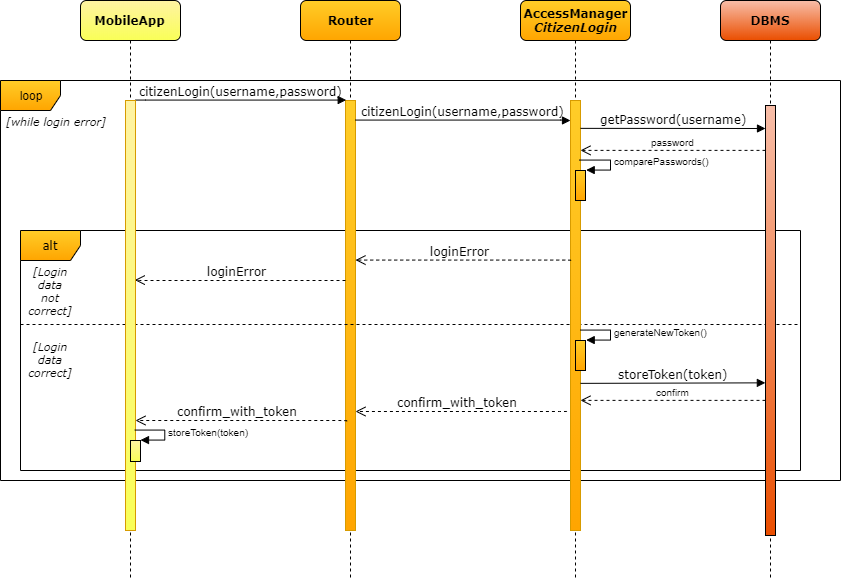
Before: DD/img/ArchSequenceUserLogin.png, a diagram exported from draw.io (SimoneSartoni/SoftwareEngineering2). Source tidied: cells renumbered, new cells last; positions are measured from the earlier drawing's top-left corner, leaving out a move shared by most shapes. Source of this version:
```xml
<mxGraphModel background="#ffffff">
  <root>
    <mxCell id="0" />
    <mxCell id="1" parent="0" />
    <mxCell id="2" value="loop" style="shape=umlFrame;whiteSpace=wrap;html=1;labelBackgroundColor=none;strokeColor=#000000;gradientColor=#ffa500;fillColor=#ffcd28;" parent="1" vertex="1">
      <mxGeometry y="80" width="840" height="400" as="geometry" />
    </mxCell>
    <mxCell id="3" value="alt" style="shape=umlFrame;whiteSpace=wrap;html=1;shadow=0;labelBackgroundColor=none;strokeColor=#000000;fontFamily=Verdana;fontSize=12;gradientColor=#ffa500;fillColor=#ffcd28;" parent="1" vertex="1">
      <mxGeometry x="20" y="230" width="780" height="240" as="geometry" />
    </mxCell>
    <mxCell id="4" value="Router" style="shape=umlLifeline;perimeter=lifelinePerimeter;whiteSpace=wrap;html=1;rounded=1;shadow=0;comic=0;labelBackgroundColor=none;strokeColor=#000000;strokeWidth=1;fillColor=#ffcd28;fontFamily=Verdana;fontSize=12;align=center;gradientColor=#ffa500;fontStyle=1;" parent="1" vertex="1">
      <mxGeometry x="300" width="100" height="580" as="geometry" />
    </mxCell>
    <mxCell id="5" style="html=1;points=[];perimeter=orthogonalPerimeter;rounded=0;shadow=0;comic=0;labelBackgroundColor=none;strokeColor=#d79b00;strokeWidth=1;fillColor=#ffcd28;fontFamily=Verdana;fontSize=12;align=center;gradientColor=#ffa500;" parent="4" vertex="1">
      <mxGeometry x="45" y="100" width="10" height="430" as="geometry" />
    </mxCell>
    <mxCell id="6" value="loginError" style="html=1;verticalAlign=bottom;endArrow=open;dashed=1;endSize=8;labelBackgroundColor=none;fontFamily=Verdana;fontSize=12;edgeStyle=elbowEdgeStyle;elbow=vertical;entryX=0.914;entryY=0.418;entryDx=0;entryDy=0;entryPerimeter=0;" parent="1" edge="1" source="5" target="14">
      <mxGeometry x="0.03" relative="1" as="geometry">
        <Array as="points">
          <mxPoint x="235" y="280" />
        </Array>
      </mxGeometry>
    </mxCell>
    <mxCell id="7" value="citizenLogin(username,password)" style="html=1;verticalAlign=bottom;endArrow=block;entryX=0;entryY=0;labelBackgroundColor=none;fontFamily=Verdana;fontSize=12;edgeStyle=elbowEdgeStyle;elbow=vertical;" parent="1" edge="1" target="5">
      <mxGeometry relative="1" as="geometry">
        <mxPoint x="135" y="100" as="sourcePoint" />
      </mxGeometry>
    </mxCell>
    <mxCell id="8" style="line;strokeWidth=1;fillColor=none;align=left;verticalAlign=middle;spacingTop=-1;spacingLeft=3;spacingRight=3;labelPosition=right;shadow=0;labelBackgroundColor=none;fontFamily=Verdana;fontSize=12;dashed=1;" parent="1" vertex="1">
      <mxGeometry x="20" y="320" width="780" height="8" as="geometry" />
    </mxCell>
    <mxCell id="9" value="[Login data not correct]" style="text;html=1;strokeColor=none;fillColor=none;align=center;verticalAlign=middle;whiteSpace=wrap;rounded=0;shadow=0;dashed=1;dashPattern=1 4;labelBackgroundColor=none;fontFamily=Verdana;fontSize=11;fontStyle=2;" parent="1" vertex="1">
      <mxGeometry x="30" y="280" width="40" height="20" as="geometry" />
    </mxCell>
    <mxCell id="10" value="[Login data correct]" style="text;html=1;strokeColor=none;fillColor=none;align=center;verticalAlign=middle;whiteSpace=wrap;rounded=0;shadow=0;dashed=1;dashPattern=1 4;labelBackgroundColor=none;fontFamily=Verdana;fontSize=11;fontStyle=2;" parent="1" vertex="1">
      <mxGeometry x="30" y="348" width="40" height="20" as="geometry" />
    </mxCell>
    <mxCell id="11" value="confirm_with_token" style="html=1;verticalAlign=bottom;endArrow=open;dashed=1;endSize=8;labelBackgroundColor=none;fontFamily=Verdana;fontSize=12;edgeStyle=elbowEdgeStyle;elbow=vertical;exitX=0.1;exitY=0.305;exitDx=0;exitDy=0;exitPerimeter=0;" parent="1" edge="1" target="14">
      <mxGeometry x="0.03" relative="1" as="geometry">
        <mxPoint x="346.3" y="420.8" as="sourcePoint" />
        <Array as="points">
          <mxPoint x="360" y="420" />
        </Array>
      </mxGeometry>
    </mxCell>
    <mxCell id="12" value="[while login error]" style="text;html=1;strokeColor=none;fillColor=none;align=center;verticalAlign=middle;whiteSpace=wrap;rounded=0;shadow=0;dashed=1;dashPattern=1 4;labelBackgroundColor=none;fontFamily=Verdana;fontSize=11;fontStyle=2;" parent="1" vertex="1">
      <mxGeometry y="110" width="110" height="20" as="geometry" />
    </mxCell>
    <mxCell id="13" value="MobileApp" style="shape=umlLifeline;perimeter=lifelinePerimeter;whiteSpace=wrap;html=1;rounded=1;shadow=0;comic=0;labelBackgroundColor=none;strokeColor=#000000;strokeWidth=1;fillColor=#FFF3A3;fontFamily=Verdana;fontSize=12;align=center;gradientColor=#F9FF57;fontStyle=1;" parent="1" vertex="1">
      <mxGeometry x="80" width="100" height="580" as="geometry" />
    </mxCell>
    <mxCell id="14" style="html=1;points=[];perimeter=orthogonalPerimeter;rounded=0;shadow=0;comic=0;labelBackgroundColor=none;strokeColor=#d79b00;strokeWidth=1;fillColor=#FFF3A3;fontFamily=Verdana;fontSize=12;align=center;gradientColor=#F9FF57;" parent="13" vertex="1">
      <mxGeometry x="45" y="100" width="10" height="430" as="geometry" />
    </mxCell>
    <mxCell id="15" value="AccessManager&lt;br&gt;&lt;i&gt;CitizenLogin&lt;/i&gt;" style="shape=umlLifeline;perimeter=lifelinePerimeter;whiteSpace=wrap;html=1;rounded=1;shadow=0;comic=0;labelBackgroundColor=none;strokeColor=#000000;strokeWidth=1;fillColor=#ffcd28;fontFamily=Verdana;fontSize=12;align=center;gradientColor=#ffa500;fontStyle=1;" parent="1" vertex="1">
      <mxGeometry x="520" width="110" height="580" as="geometry" />
    </mxCell>
    <mxCell id="16" style="html=1;points=[];perimeter=orthogonalPerimeter;rounded=0;shadow=0;comic=0;labelBackgroundColor=none;strokeColor=#d79b00;strokeWidth=1;fillColor=#ffcd28;fontFamily=Verdana;fontSize=12;align=center;gradientColor=#ffa500;" parent="15" vertex="1">
      <mxGeometry x="50" y="100" width="10" height="430" as="geometry" />
    </mxCell>
    <mxCell id="17" style="html=1;points=[];perimeter=orthogonalPerimeter;rounded=0;shadow=0;glass=0;comic=0;strokeColor=#000000;fillColor=#FFCD28;gradientColor=#FFA500;fontSize=10;" parent="15" vertex="1">
      <mxGeometry x="55" y="170" width="10" height="30" as="geometry" />
    </mxCell>
    <mxCell id="18" value="comparePasswords()" style="edgeStyle=orthogonalEdgeStyle;html=1;align=left;spacingLeft=2;endArrow=block;rounded=0;entryX=1;entryY=0;fontSize=10;exitX=0.914;exitY=0.139;exitDx=0;exitDy=0;exitPerimeter=0;" parent="15" edge="1" source="16" target="17">
      <mxGeometry relative="1" as="geometry">
        <Array as="points">
          <mxPoint x="90" y="160" />
          <mxPoint x="90" y="170" />
        </Array>
      </mxGeometry>
    </mxCell>
    <mxCell id="19" style="html=1;points=[];perimeter=orthogonalPerimeter;rounded=0;shadow=0;glass=0;comic=0;strokeColor=#000000;fillColor=#FFCD28;gradientColor=#FFA500;fontSize=10;" parent="15" vertex="1">
      <mxGeometry x="55" y="340" width="10" height="30" as="geometry" />
    </mxCell>
    <mxCell id="20" value="generateNewToken()" style="edgeStyle=orthogonalEdgeStyle;html=1;align=left;spacingLeft=2;endArrow=block;rounded=0;entryX=1;entryY=0;fontSize=10;exitX=0.914;exitY=0.139;exitDx=0;exitDy=0;exitPerimeter=0;" parent="15" edge="1" target="19">
      <mxGeometry relative="1" as="geometry">
        <mxPoint x="59.5" y="329.8" as="sourcePoint" />
        <Array as="points">
          <mxPoint x="90" y="330" />
          <mxPoint x="90" y="340" />
        </Array>
      </mxGeometry>
    </mxCell>
    <mxCell id="21" value="DBMS" style="shape=umlLifeline;perimeter=lifelinePerimeter;whiteSpace=wrap;html=1;rounded=1;shadow=0;comic=0;labelBackgroundColor=none;strokeColor=#000000;strokeWidth=1;fillColor=#F8BEA9;fontFamily=Verdana;fontSize=12;align=center;gradientColor=#EA4E00;fontStyle=1;" parent="1" vertex="1">
      <mxGeometry x="720" width="100" height="580" as="geometry" />
    </mxCell>
    <mxCell id="22" style="html=1;points=[];perimeter=orthogonalPerimeter;rounded=0;shadow=0;comic=0;labelBackgroundColor=none;strokeColor=#000000;strokeWidth=1;fillColor=#F8BEA9;fontFamily=Verdana;fontSize=12;fontColor=#000000;align=center;gradientColor=#EA4E00;" parent="21" vertex="1">
      <mxGeometry x="45" y="105" width="10" height="430" as="geometry" />
    </mxCell>
    <mxCell id="23" value="citizenLogin(username,password)" style="html=1;verticalAlign=bottom;endArrow=block;entryX=0;entryY=0;labelBackgroundColor=none;fontFamily=Verdana;fontSize=12;edgeStyle=elbowEdgeStyle;elbow=vertical;" parent="1" edge="1" source="5">
      <mxGeometry relative="1" as="geometry">
        <mxPoint x="570" y="120" as="targetPoint" />
      </mxGeometry>
    </mxCell>
    <mxCell id="24" value="getPassword(username)" style="html=1;verticalAlign=bottom;endArrow=block;labelBackgroundColor=none;fontFamily=Verdana;fontSize=12;elbow=vertical;rounded=0;" parent="1" edge="1">
      <mxGeometry relative="1" as="geometry">
        <mxPoint x="580" y="127.9" as="sourcePoint" />
        <mxPoint x="765" y="128" as="targetPoint" />
      </mxGeometry>
    </mxCell>
    <mxCell id="25" value="password" style="html=1;verticalAlign=bottom;endArrow=open;dashed=1;endSize=8;fontSize=10;entryX=1;entryY=0.116;entryDx=0;entryDy=0;entryPerimeter=0;" parent="1" edge="1" source="22" target="16">
      <mxGeometry relative="1" as="geometry" />
    </mxCell>
    <mxCell id="26" value="loginError" style="html=1;verticalAlign=bottom;endArrow=open;dashed=1;endSize=8;labelBackgroundColor=none;fontFamily=Verdana;fontSize=12;edgeStyle=elbowEdgeStyle;elbow=vertical;" parent="1" edge="1" target="5">
      <mxGeometry x="0.03" relative="1" as="geometry">
        <mxPoint x="570.5" y="260" as="sourcePoint" />
      </mxGeometry>
    </mxCell>
    <mxCell id="27" value="storeToken(token)" style="html=1;verticalAlign=bottom;endArrow=block;labelBackgroundColor=none;fontFamily=Verdana;fontSize=12;elbow=vertical;rounded=0;entryX=-0.014;entryY=0.645;entryDx=0;entryDy=0;entryPerimeter=0;" parent="1" edge="1" target="22">
      <mxGeometry relative="1" as="geometry">
        <mxPoint x="580" y="382.9" as="sourcePoint" />
      </mxGeometry>
    </mxCell>
    <mxCell id="28" value="confirm" style="html=1;verticalAlign=bottom;endArrow=open;dashed=1;endSize=8;fontSize=10;entryX=1;entryY=0.116;entryDx=0;entryDy=0;entryPerimeter=0;" parent="1" edge="1">
      <mxGeometry relative="1" as="geometry">
        <mxPoint x="765" y="399.9" as="sourcePoint" />
        <mxPoint x="580" y="399.9" as="targetPoint" />
      </mxGeometry>
    </mxCell>
    <mxCell id="29" value="confirm_with_token" style="html=1;verticalAlign=bottom;endArrow=open;dashed=1;endSize=8;labelBackgroundColor=none;fontFamily=Verdana;fontSize=12;edgeStyle=elbowEdgeStyle;elbow=vertical;exitX=0.1;exitY=0.305;exitDx=0;exitDy=0;exitPerimeter=0;" parent="1" edge="1" target="5">
      <mxGeometry x="0.03" relative="1" as="geometry">
        <mxPoint x="566.3" y="410.8" as="sourcePoint" />
      </mxGeometry>
    </mxCell>
    <mxCell id="30" style="html=1;points=[];perimeter=orthogonalPerimeter;rounded=0;shadow=0;glass=0;comic=0;strokeColor=#000000;fillColor=#FFF3A3;gradientColor=#F9FF57;fontSize=10;" parent="1" vertex="1">
      <mxGeometry x="130" y="440" width="10" height="21" as="geometry" />
    </mxCell>
    <mxCell id="31" value="storeToken(token)" style="edgeStyle=orthogonalEdgeStyle;html=1;align=left;spacingLeft=2;endArrow=block;rounded=0;entryX=1;entryY=0;fontSize=10;exitX=0.914;exitY=0.139;exitDx=0;exitDy=0;exitPerimeter=0;" parent="1" edge="1" target="30">
      <mxGeometry relative="1" as="geometry">
        <mxPoint x="134.3" y="429.5" as="sourcePoint" />
        <Array as="points">
          <mxPoint x="165" y="429.5" />
          <mxPoint x="165" y="439.5" />
        </Array>
      </mxGeometry>
    </mxCell>
  </root>
</mxGraphModel>
```
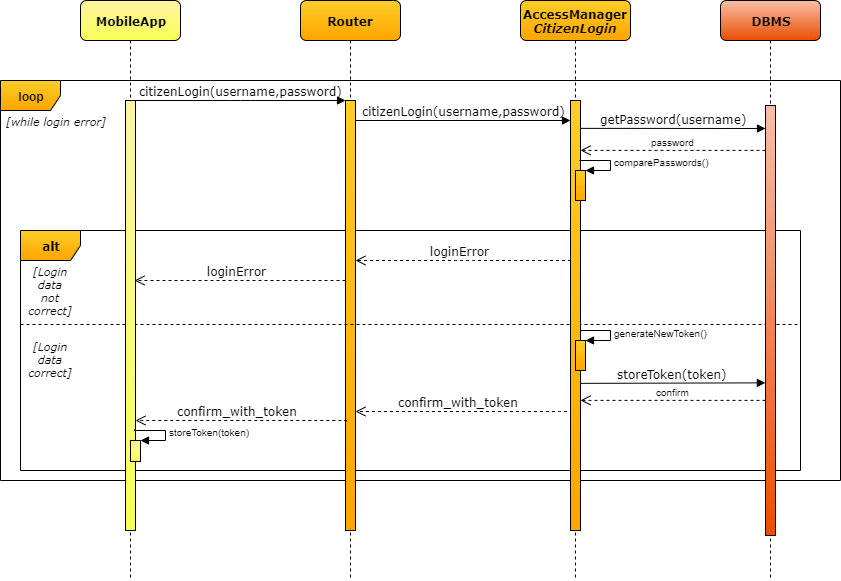
After the change.

Commit message:
sequence diagrams

Change to the diagram source:
```diff
@@ -2,16 +2,16 @@
   <root>
     <mxCell id="0" />
     <mxCell id="1" parent="0" />
-    <mxCell id="2" value="loop" style="shape=umlFrame;whiteSpace=wrap;html=1;labelBackgroundColor=none;strokeColor=#000000;gradientColor=#ffa500;fillColor=#ffcd28;" parent="1" vertex="1">
+    <mxCell id="2" value="loop" style="shape=umlFrame;whiteSpace=wrap;html=1;labelBackgroundColor=none;strokeColor=#000000;gradientColor=#ffa500;fillColor=#ffcd28;fontStyle=1;" parent="1" vertex="1">
       <mxGeometry y="80" width="840" height="400" as="geometry" />
     </mxCell>
-    <mxCell id="3" value="alt" style="shape=umlFrame;whiteSpace=wrap;html=1;shadow=0;labelBackgroundColor=none;strokeColor=#000000;fontFamily=Verdana;fontSize=12;gradientColor=#ffa500;fillColor=#ffcd28;" parent="1" vertex="1">
+    <mxCell id="3" value="alt" style="shape=umlFrame;whiteSpace=wrap;html=1;shadow=0;labelBackgroundColor=none;strokeColor=#000000;fontFamily=Verdana;fontSize=12;gradientColor=#ffa500;fillColor=#ffcd28;fontStyle=1;" parent="1" vertex="1">
       <mxGeometry x="20" y="230" width="780" height="240" as="geometry" />
     </mxCell>
     <mxCell id="4" value="Router" style="shape=umlLifeline;perimeter=lifelinePerimeter;whiteSpace=wrap;html=1;rounded=1;shadow=0;comic=0;labelBackgroundColor=none;strokeColor=#000000;strokeWidth=1;fillColor=#ffcd28;fontFamily=Verdana;fontSize=12;align=center;gradientColor=#ffa500;fontStyle=1;" parent="1" vertex="1">
       <mxGeometry x="300" width="100" height="580" as="geometry" />
     </mxCell>
-    <mxCell id="5" style="html=1;points=[];perimeter=orthogonalPerimeter;rounded=0;shadow=0;comic=0;labelBackgroundColor=none;strokeColor=#d79b00;strokeWidth=1;fillColor=#ffcd28;fontFamily=Verdana;fontSize=12;align=center;gradientColor=#ffa500;" parent="4" vertex="1">
+    <mxCell id="5" style="html=1;points=[];perimeter=orthogonalPerimeter;rounded=0;shadow=0;comic=0;labelBackgroundColor=none;strokeColor=#000000;strokeWidth=1;fillColor=#ffcd28;fontFamily=Verdana;fontSize=12;align=center;gradientColor=#ffa500;" parent="4" vertex="1">
       <mxGeometry x="45" y="100" width="10" height="430" as="geometry" />
     </mxCell>
     <mxCell id="6" value="loginError" style="html=1;verticalAlign=bottom;endArrow=open;dashed=1;endSize=8;labelBackgroundColor=none;fontFamily=Verdana;fontSize=12;edgeStyle=elbowEdgeStyle;elbow=vertical;entryX=0.914;entryY=0.418;entryDx=0;entryDy=0;entryPerimeter=0;" parent="1" edge="1" source="5" target="14">
@@ -49,13 +49,13 @@
     <mxCell id="13" value="MobileApp" style="shape=umlLifeline;perimeter=lifelinePerimeter;whiteSpace=wrap;html=1;rounded=1;shadow=0;comic=0;labelBackgroundColor=none;strokeColor=#000000;strokeWidth=1;fillColor=#FFF3A3;fontFamily=Verdana;fontSize=12;align=center;gradientColor=#F9FF57;fontStyle=1;" parent="1" vertex="1">
       <mxGeometry x="80" width="100" height="580" as="geometry" />
     </mxCell>
-    <mxCell id="14" style="html=1;points=[];perimeter=orthogonalPerimeter;rounded=0;shadow=0;comic=0;labelBackgroundColor=none;strokeColor=#d79b00;strokeWidth=1;fillColor=#FFF3A3;fontFamily=Verdana;fontSize=12;align=center;gradientColor=#F9FF57;" parent="13" vertex="1">
+    <mxCell id="14" style="html=1;points=[];perimeter=orthogonalPerimeter;rounded=0;shadow=0;comic=0;labelBackgroundColor=none;strokeColor=#000000;strokeWidth=1;fillColor=#FFF3A3;fontFamily=Verdana;fontSize=12;align=center;gradientColor=#F9FF57;" parent="13" vertex="1">
       <mxGeometry x="45" y="100" width="10" height="430" as="geometry" />
     </mxCell>
     <mxCell id="15" value="AccessManager&lt;br&gt;&lt;i&gt;CitizenLogin&lt;/i&gt;" style="shape=umlLifeline;perimeter=lifelinePerimeter;whiteSpace=wrap;html=1;rounded=1;shadow=0;comic=0;labelBackgroundColor=none;strokeColor=#000000;strokeWidth=1;fillColor=#ffcd28;fontFamily=Verdana;fontSize=12;align=center;gradientColor=#ffa500;fontStyle=1;" parent="1" vertex="1">
       <mxGeometry x="520" width="110" height="580" as="geometry" />
     </mxCell>
-    <mxCell id="16" style="html=1;points=[];perimeter=orthogonalPerimeter;rounded=0;shadow=0;comic=0;labelBackgroundColor=none;strokeColor=#d79b00;strokeWidth=1;fillColor=#ffcd28;fontFamily=Verdana;fontSize=12;align=center;gradientColor=#ffa500;" parent="15" vertex="1">
+    <mxCell id="16" style="html=1;points=[];perimeter=orthogonalPerimeter;rounded=0;shadow=0;comic=0;labelBackgroundColor=none;strokeColor=#000000;strokeWidth=1;fillColor=#ffcd28;fontFamily=Verdana;fontSize=12;align=center;gradientColor=#ffa500;" parent="15" vertex="1">
       <mxGeometry x="50" y="100" width="10" height="430" as="geometry" />
     </mxCell>
     <mxCell id="17" style="html=1;points=[];perimeter=orthogonalPerimeter;rounded=0;shadow=0;glass=0;comic=0;strokeColor=#000000;fillColor=#FFCD28;gradientColor=#FFA500;fontSize=10;" parent="15" vertex="1">
```
